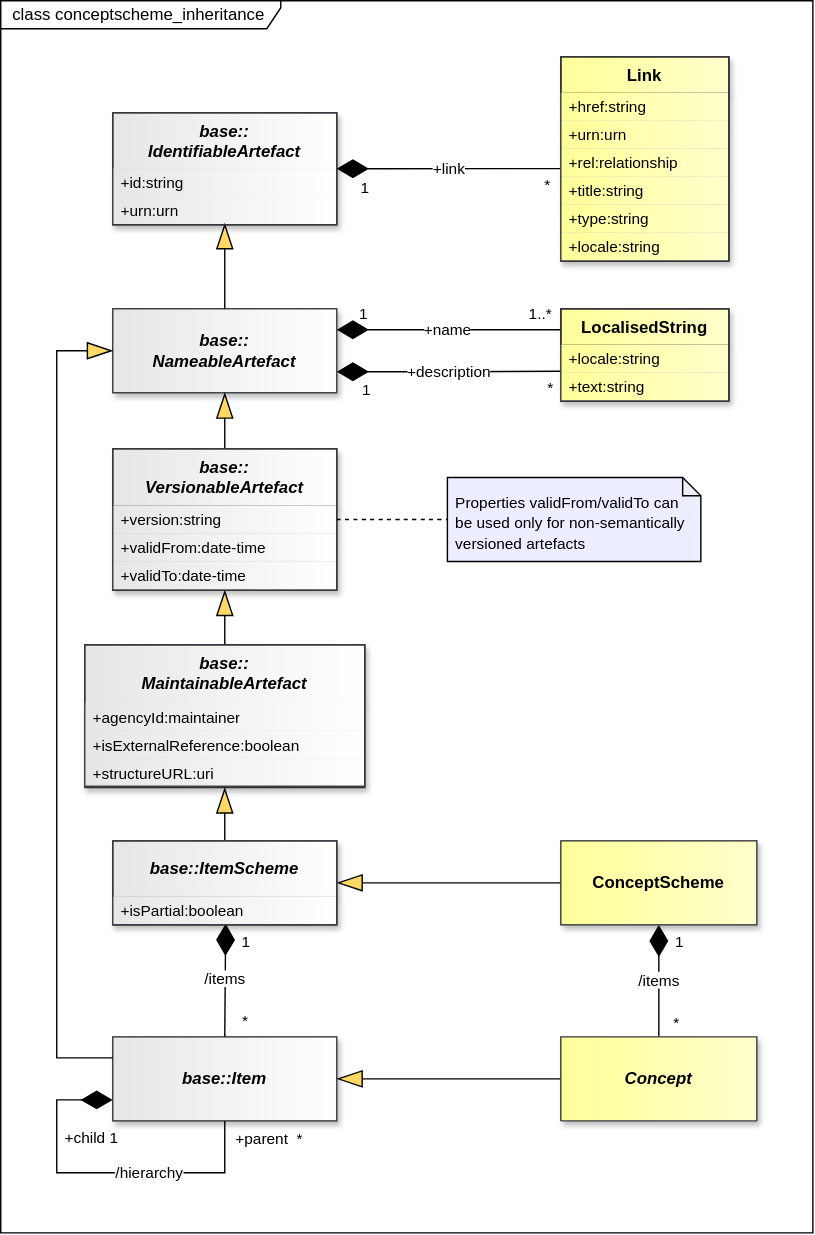
This is docs/information_model/media/sdmx_conceptscheme-conceptscheme_inheritance.svg from sdmx-twg/sdmx-im, a draw.io export, as it was before one commit. Source tidied: cells renumbered, new cells last; positions are measured from the earlier drawing's top-left corner, leaving out a move shared by most shapes.
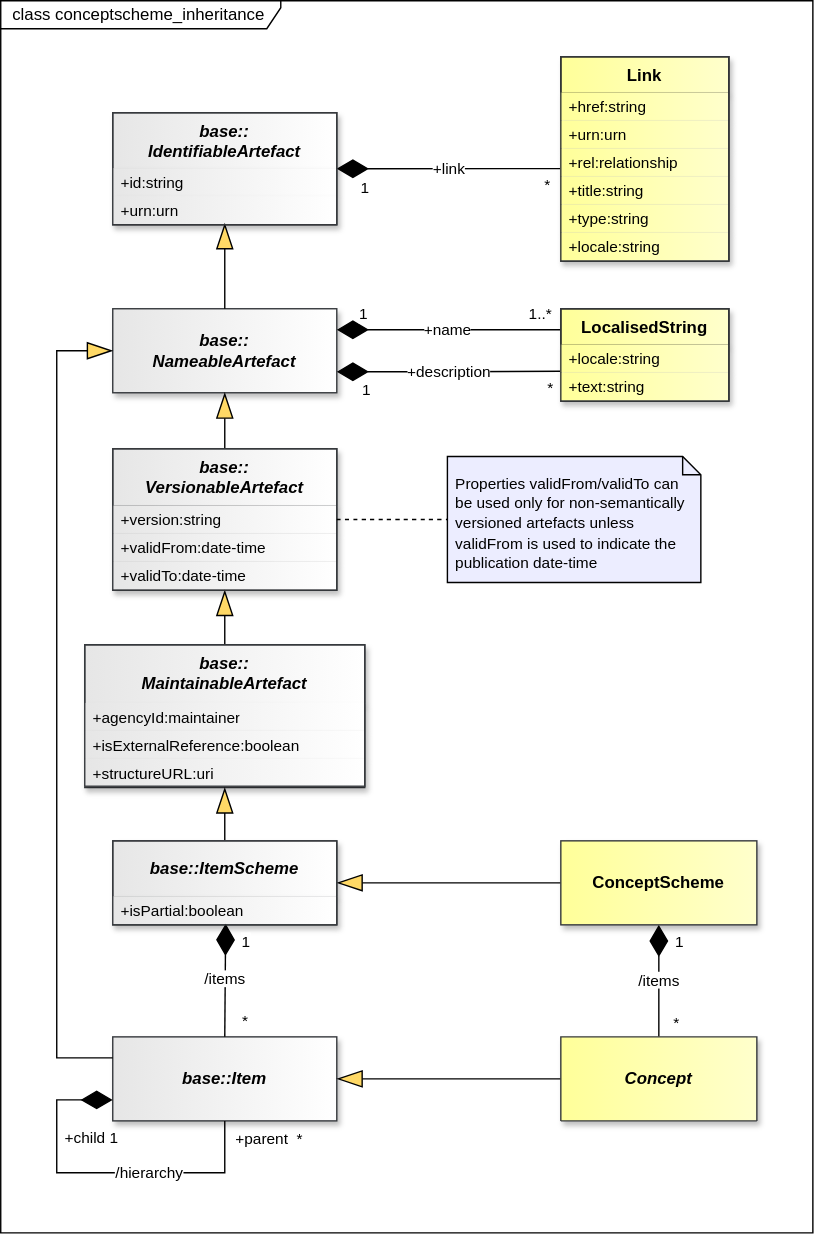
Later version of the same file.

Diff of the diagram source:
```diff
@@ -214,10 +214,10 @@
       <mxGeometry x="80" y="600" width="160" height="60" as="geometry" />
     </mxCell>
     <mxCell id="62" style="shape=note2;size=13;html=1;fillColor=light-dark(#ECEDFF,#ECEDFF);shadow=0;fontColor=light-dark(#000000,#000000);strokeColor=light-dark(#000000,#000000);verticalAlign=top;" parent="1" vertex="1">
-      <mxGeometry x="319" y="340.5" width="181" height="60" as="geometry" />
+      <mxGeometry x="319" y="325.5" width="181" height="90" as="geometry" />
     </mxCell>
-    <mxCell id="63" value="&lt;div&gt;&lt;font&gt;&lt;span style=&quot;font-size: 11px;&quot;&gt;Properties&amp;nbsp;&lt;/span&gt;&lt;/font&gt;&lt;span style=&quot;background-color: transparent; font-size: 11px;&quot;&gt;validFrom/validTo can be used only for non-semantically versioned artefacts&lt;/span&gt;&lt;/div&gt;" style="text;html=1;strokeColor=none;fillColor=none;align=left;verticalAlign=middle;spacingLeft=4;spacingRight=4;overflow=hidden;points=[[0,0.5],[1,0.5]];portConstraint=eastwest;whiteSpace=wrap;labelBorderColor=none;spacingTop=8;fontColor=light-dark(#000000,#000000);spacingBottom=4;" parent="62" vertex="1">
-      <mxGeometry width="181" height="60" as="geometry" />
+    <mxCell id="63" value="&lt;div&gt;&lt;font&gt;&lt;span style=&quot;font-size: 11px;&quot;&gt;Properties&amp;nbsp;&lt;/span&gt;&lt;/font&gt;&lt;span style=&quot;background-color: transparent; font-size: 11px;&quot;&gt;validFrom/validTo can be used only for non-semantically versioned artefacts&lt;/span&gt;&lt;span style=&quot;background-color: transparent; font-size: 11px;&quot;&gt;&amp;nbsp;unless validFrom is used to indicate the publication date-time&lt;/span&gt;&lt;/div&gt;" style="text;html=1;strokeColor=none;fillColor=none;align=left;verticalAlign=middle;spacingLeft=4;spacingRight=4;overflow=hidden;points=[[0,0.5],[1,0.5]];portConstraint=eastwest;whiteSpace=wrap;labelBorderColor=none;spacingTop=8;fontColor=light-dark(#000000,#000000);spacingBottom=4;" parent="62" vertex="1">
+      <mxGeometry width="181" height="90" as="geometry" />
     </mxCell>
     <mxCell id="64" style="edgeStyle=none;curved=1;rounded=0;jettySize=auto;html=1;fontSize=12;startSize=8;endSize=8;entryX=0;entryY=0.5;entryDx=0;entryDy=0;endArrow=none;endFill=0;dashed=1;exitX=1;exitY=0.5;exitDx=0;exitDy=0;" parent="1" edge="1" source="59" target="63">
       <mxGeometry x="0.51" y="6.67" relative="1" as="geometry" />
```
